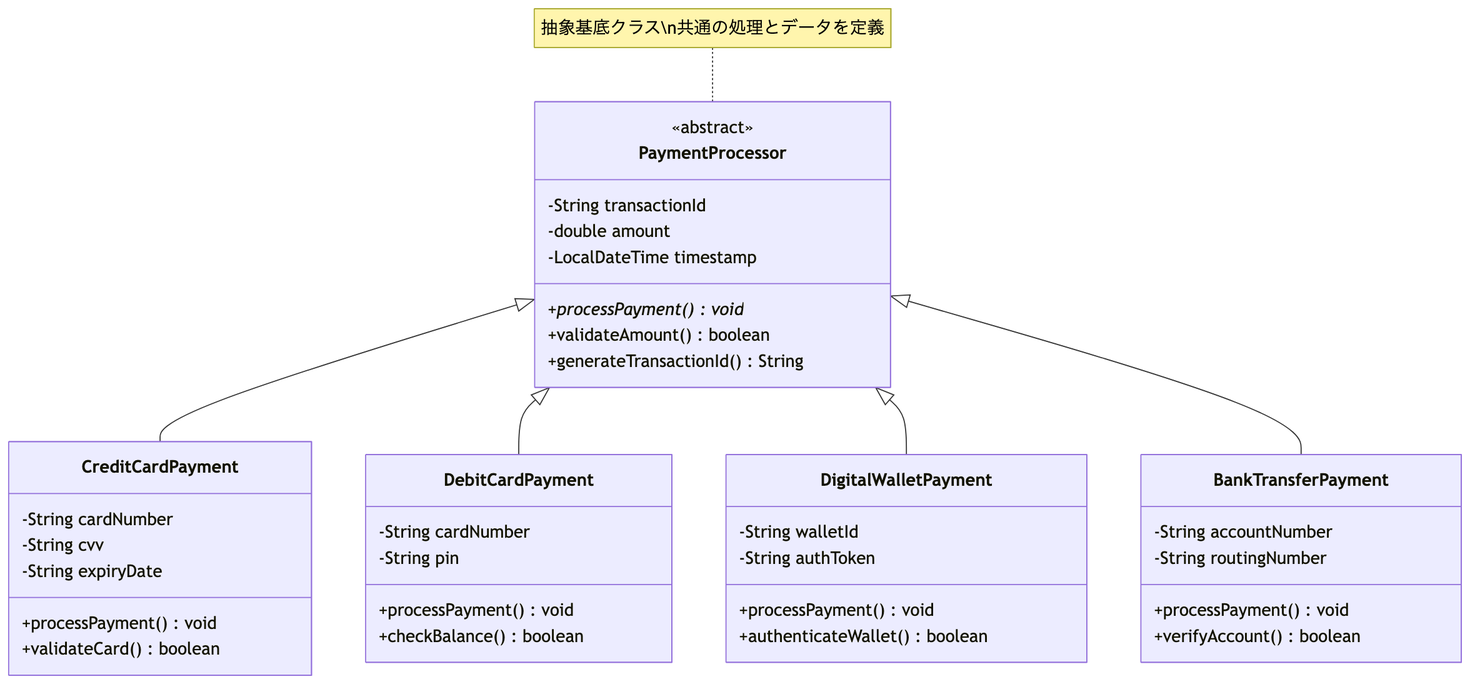
The Mermaid diagram manuscripts/images/diagrams/chapter05-inheritance-hierarchy.png in Nagatani/techbook-java-primer, before a commit. Its source is kept beside it as docs/diagrams/chapter05-inheritance-hierarchy.mmd.
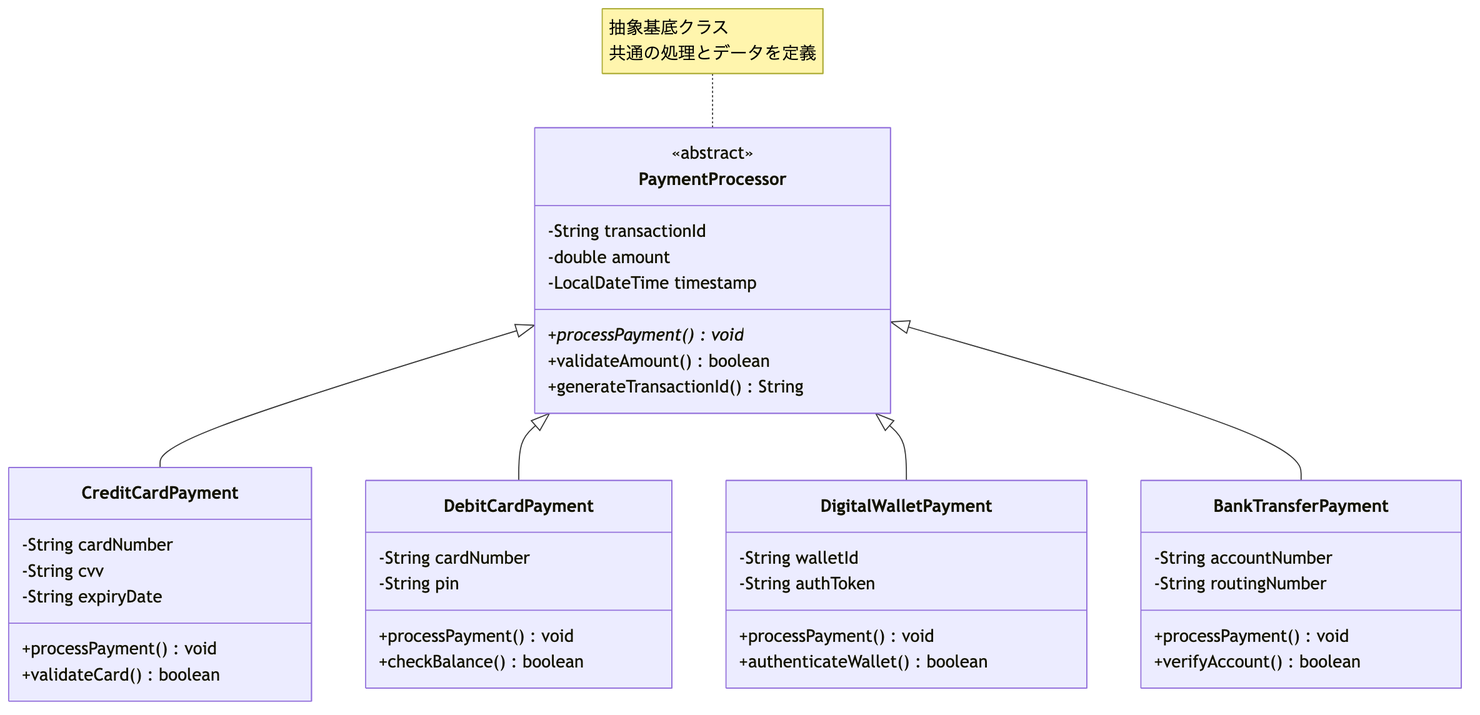
The same diagram one commit later.

Change to the diagram source:
```diff
@@ -43,4 +43,4 @@
     PaymentProcessor <|-- DigitalWalletPayment
     PaymentProcessor <|-- BankTransferPayment
 
-    note for PaymentProcessor "抽象基底クラス\n共通の処理とデータを定義"
+    note for PaymentProcessor "抽象基底クラス<br/>共通の処理とデータを定義"
```
